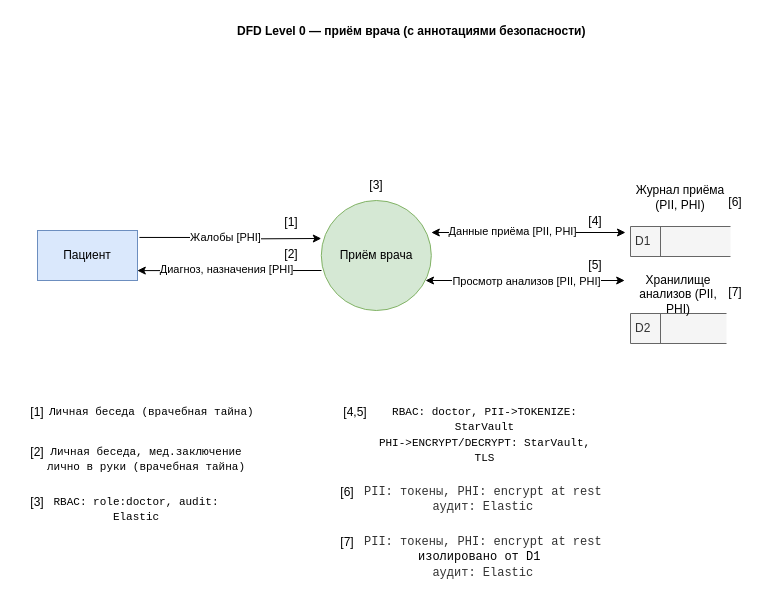
This is Task1/data-flow-appointment-annotated.drawio from alents/architecture-medikamente, a draw.io file, before an edit. Source tidied: cells renumbered, new cells numbered last; positions are measured from the earlier drawing's top-left corner, leaving out a move shared by most shapes. Both pictures are drawn from the tidied source at 100%, with x=0, y=0 at pixel (17, 17).
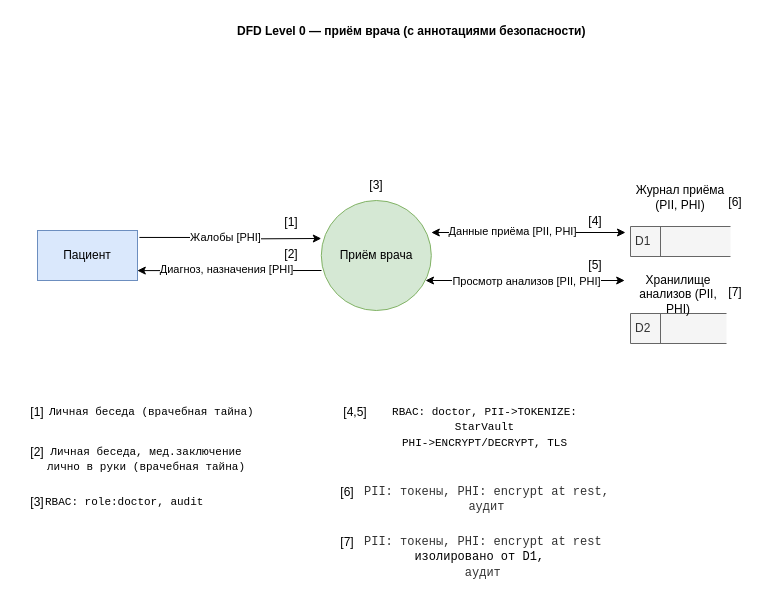
After the change.

The change refers to these unchanged cells:
```xml
<mxCell id="28" style="group;" parent="1" vertex="1">
  <mxGeometry x="310" y="460" width="310" height="60" as="geometry" />
</mxCell>
<mxCell id="31" style="group;" parent="1" vertex="1">
  <mxGeometry x="310" y="510" width="310" height="60" as="geometry" />
</mxCell>
<mxCell id="38" style="group;" parent="1" vertex="1">
  <mxGeometry y="470" width="230" height="40" as="geometry" />
</mxCell>
```

Change to the diagram source:
```diff
@@
-    <mxCell id="27" value="&lt;div style=&quot;text-align: center;&quot;&gt;&lt;font face=&quot;Courier New&quot;&gt;&lt;span style=&quot;font-size: 11px;&quot;&gt;RBAC: doctor, PII-&amp;gt;TOKENIZE: StarVault&lt;br&gt;PHI-&amp;gt;ENCRYPT/DECRYPT: StarVault, TLS&lt;br&gt;&lt;br&gt;&lt;/span&gt;&lt;/font&gt;&lt;/div&gt;" style="text;whiteSpace=wrap;html=1;" parent="1" vertex="1">
+    <mxCell id="27" value="&lt;div style=&quot;text-align: center;&quot;&gt;&lt;font face=&quot;Courier New&quot;&gt;&lt;span style=&quot;font-size: 11px;&quot;&gt;RBAC: doctor, PII-&amp;gt;TOKENIZE: StarVault&lt;br&gt;PHI-&amp;gt;ENCRYPT/DECRYPT, TLS&lt;br&gt;&lt;br&gt;&lt;/span&gt;&lt;/font&gt;&lt;/div&gt;" style="text;whiteSpace=wrap;html=1;" parent="1" vertex="1">
       <mxGeometry x="350.4" y="380" width="232.6" height="60" as="geometry" />
     </mxCell>
@@
-    <mxCell id="30" value="&lt;div style=&quot;text-align: center;&quot;&gt;&lt;font&gt;&lt;span style=&quot;color: rgb(51, 51, 51); font-family: &amp;quot;Courier New&amp;quot;;&quot;&gt;PII: токены, PHI: encrypt at rest&lt;/span&gt;&lt;br style=&quot;color: rgb(51, 51, 51); font-family: &amp;quot;Courier New&amp;quot;;&quot;&gt;&lt;span style=&quot;color: rgb(51, 51, 51); font-family: &amp;quot;Courier New&amp;quot;;&quot;&gt;аудит: Elastic&lt;/span&gt;&lt;/font&gt;&lt;/div&gt;" style="text;whiteSpace=wrap;html=1;" parent="28" vertex="1">
+    <mxCell id="30" value="&lt;div style=&quot;text-align: center;&quot;&gt;&lt;font&gt;&lt;span style=&quot;color: rgb(51, 51, 51); font-family: &amp;quot;Courier New&amp;quot;;&quot;&gt;PII: токены, PHI: encrypt at rest,&lt;/span&gt;&lt;br style=&quot;color: rgb(51, 51, 51); font-family: &amp;quot;Courier New&amp;quot;;&quot;&gt;&lt;span style=&quot;color: rgb(51, 51, 51); font-family: &amp;quot;Courier New&amp;quot;;&quot;&gt;аудит&lt;/span&gt;&lt;/font&gt;&lt;/div&gt;" style="text;whiteSpace=wrap;html=1;" parent="28" vertex="1">
       <mxGeometry x="34.5" width="248.6" height="60" as="geometry" />
     </mxCell>
@@
-    <mxCell id="33" value="&lt;div style=&quot;text-align: center;&quot;&gt;&lt;font&gt;&lt;span style=&quot;color: rgb(51, 51, 51); font-family: &amp;quot;Courier New&amp;quot;;&quot;&gt;PII: токены, PHI: encrypt at rest&lt;br&gt;&lt;/span&gt;&lt;font face=&quot;Courier New&quot;&gt;изолировано от D1&amp;nbsp;&lt;/font&gt;&lt;br style=&quot;color: rgb(51, 51, 51); font-family: &amp;quot;Courier New&amp;quot;;&quot;&gt;&lt;span style=&quot;color: rgb(51, 51, 51); font-family: &amp;quot;Courier New&amp;quot;;&quot;&gt;аудит: Elastic&lt;/span&gt;&lt;/font&gt;&lt;/div&gt;" style="text;whiteSpace=wrap;html=1;" parent="31" vertex="1">
+    <mxCell id="33" value="&lt;div style=&quot;text-align: center;&quot;&gt;&lt;font&gt;&lt;span style=&quot;color: rgb(51, 51, 51); font-family: &amp;quot;Courier New&amp;quot;;&quot;&gt;PII: токены, PHI: encrypt at rest&lt;br&gt;&lt;/span&gt;&lt;font face=&quot;Courier New&quot;&gt;изолировано от D1,&amp;nbsp;&lt;/font&gt;&lt;br style=&quot;color: rgb(51, 51, 51); font-family: &amp;quot;Courier New&amp;quot;;&quot;&gt;&lt;span style=&quot;color: rgb(51, 51, 51); font-family: &amp;quot;Courier New&amp;quot;;&quot;&gt;аудит&lt;/span&gt;&lt;/font&gt;&lt;/div&gt;" style="text;whiteSpace=wrap;html=1;" parent="31" vertex="1">
       <mxGeometry x="34.5" width="248.6" height="60" as="geometry" />
     </mxCell>
@@
-    <mxCell id="40" value="&lt;div style=&quot;text-align: center;&quot;&gt;&lt;font face=&quot;Courier New&quot;&gt;&lt;span style=&quot;font-size: 11px;&quot;&gt;RBAC: role:doctor, audit: Elastic&lt;/span&gt;&lt;/font&gt;&lt;/div&gt;" style="text;whiteSpace=wrap;html=1;" parent="38" vertex="1">
+    <mxCell id="40" value="&lt;div style=&quot;text-align: center;&quot;&gt;&lt;font face=&quot;Courier New&quot;&gt;&lt;span style=&quot;font-size: 11px;&quot;&gt;RBAC: role:doctor, audit&lt;/span&gt;&lt;/font&gt;&lt;/div&gt;" style="text;whiteSpace=wrap;html=1;" parent="38" vertex="1">
       <mxGeometry x="25.6" width="184.4" height="40" as="geometry" />
     </mxCell>
```
